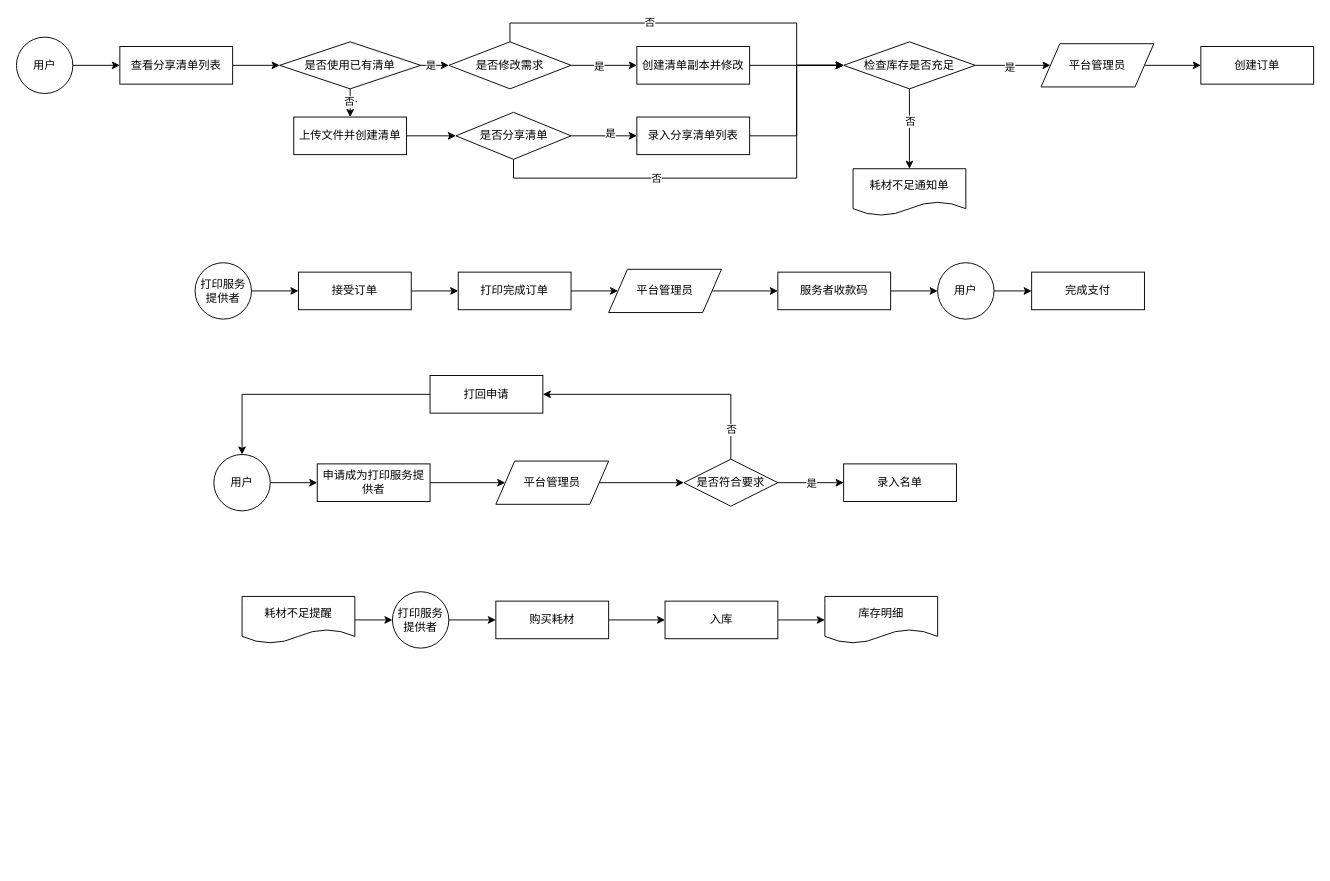
Before: 打印流程图.drawio in domexie/cjlu.ink.drawio, a draw.io diagram. Source tidied: cells renumbered, new cells numbered last; positions are measured from the earlier drawing's top-left corner, leaving out a move shared by most shapes. Both pictures are drawn from the tidied source at 94%, with x=0, y=0 at pixel (16, 23).
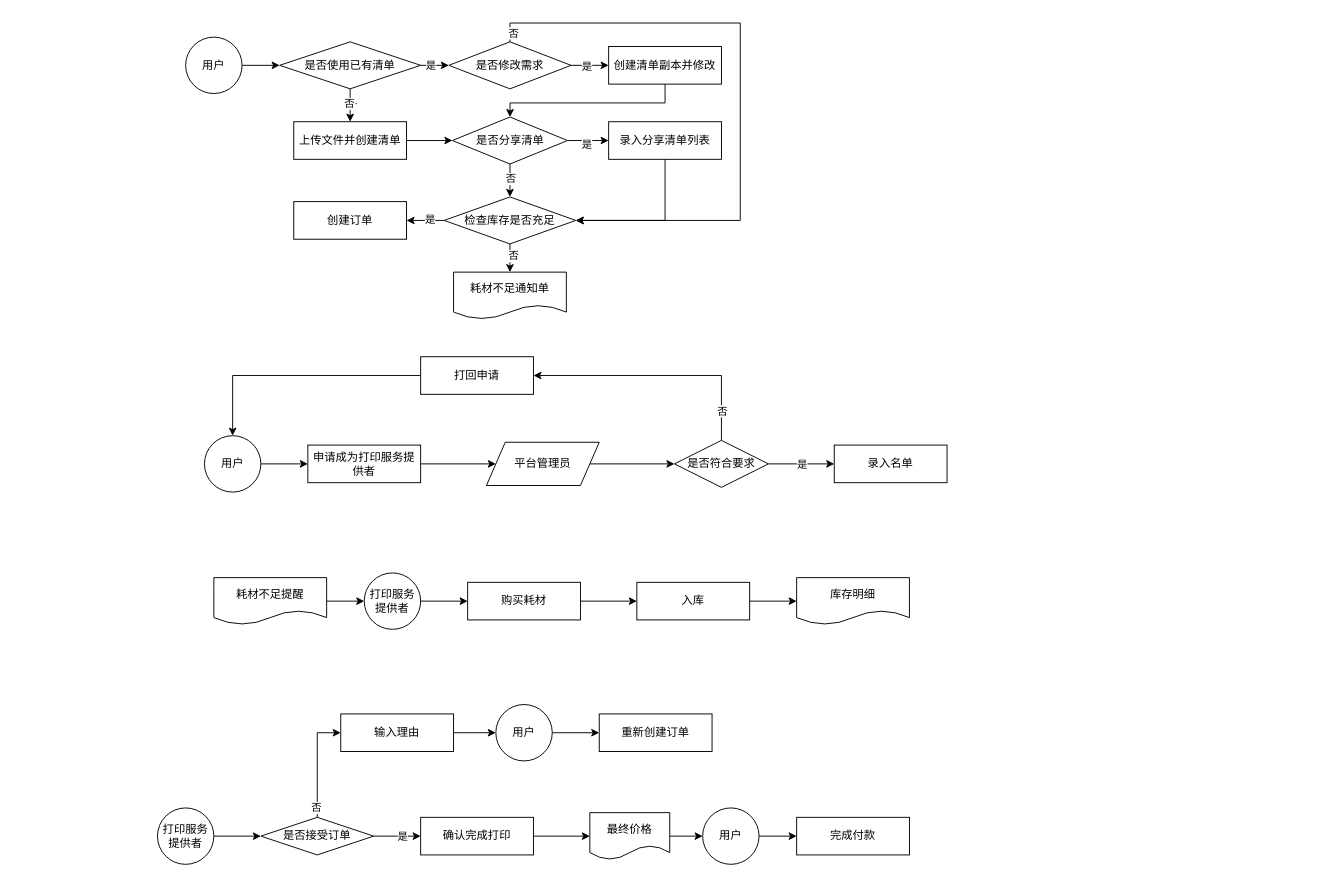
After the change.

Commit message:
更新打印流程图.drawio

Unchanged cells that the change refers to:
```xml
<mxCell id="10" value="是否使用已有清单" style="rhombus;whiteSpace=wrap;html=1;" parent="1" vertex="1">
  <mxGeometry x="280" y="20" width="150" height="50" as="geometry" />
</mxCell>
<mxCell id="17" value="是否修改需求" style="rhombus;whiteSpace=wrap;html=1;" parent="1" vertex="1">
  <mxGeometry x="460" y="20" width="130" height="50" as="geometry" />
</mxCell>
<mxCell id="20" style="edgeStyle=orthogonalEdgeStyle;rounded=0;jettySize=auto;html=1;exitX=0.5;exitY=1;exitDx=0;exitDy=0;entryX=0.5;entryY=0;entryDx=0;entryDy=0;" parent="1" edge="1" source="22" target="23">
  <mxGeometry relative="1" as="geometry" />
</mxCell>
<mxCell id="33" style="edgeStyle=orthogonalEdgeStyle;rounded=0;jettySize=auto;html=1;exitX=1;exitY=0.5;exitDx=0;exitDy=0;entryX=0;entryY=0.5;entryDx=0;entryDy=0;" parent="1" edge="1" source="34" target="38">
  <mxGeometry relative="1" as="geometry" />
</mxCell>
```

The edit, as a diff of the source:
```diff
@@
-    <mxCell id="2" style="edgeStyle=orthogonalEdgeStyle;rounded=0;jettySize=auto;html=1;exitX=1;exitY=0.5;exitDx=0;exitDy=0;entryX=0;entryY=0.5;entryDx=0;entryDy=0;" parent="1" edge="1" source="32" target="10">
-      <mxGeometry relative="1" as="geometry" />
-    </mxCell>
+    <mxCell id="72" style="edgeStyle=orthogonalEdgeStyle;rounded=0;jettySize=auto;html=1;exitX=1;exitY=0.5;exitDx=0;exitDy=0;entryX=0;entryY=0.5;entryDx=0;entryDy=0;" parent="1" edge="1" source="3" target="10">
+      <mxGeometry relative="1" as="geometry" />
+    </mxCell>
     <mxCell id="3" value="用户" style="ellipse;whiteSpace=wrap;html=1;" parent="1" vertex="1">
-      <mxGeometry y="15" width="60" height="60" as="geometry" />
+      <mxGeometry x="180" y="15" width="60" height="60" as="geometry" />
     </mxCell>
@@
     <mxCell id="5" value="上传文件并创建清单" style="rounded=0;whiteSpace=wrap;html=1;" parent="1" vertex="1">
-      <mxGeometry x="295" y="100" width="120" height="40" as="geometry" />
+      <mxGeometry x="295" y="105" width="120" height="40" as="geometry" />
     </mxCell>
@@
-    <mxCell id="11" style="edgeStyle=orthogonalEdgeStyle;rounded=0;jettySize=auto;html=1;exitX=1;exitY=0.5;exitDx=0;exitDy=0;entryX=0;entryY=0.5;entryDx=0;entryDy=0;" parent="1" edge="1" source="12" target="22">
-      <mxGeometry relative="1" as="geometry" />
-    </mxCell>
+    <mxCell id="73" style="edgeStyle=orthogonalEdgeStyle;rounded=0;jettySize=auto;html=1;exitX=0.5;exitY=1;exitDx=0;exitDy=0;entryX=0.5;entryY=0;entryDx=0;entryDy=0;" parent="1" edge="1" source="12" target="28">
+      <mxGeometry relative="1" as="geometry">
+        <Array as="points">
+          <mxPoint x="690" y="85" />
+          <mxPoint x="525" y="85" />
+        </Array>
+      </mxGeometry>
+    </mxCell>
     <mxCell id="12" value="创建清单副本并修改" style="rounded=0;whiteSpace=wrap;html=1;" parent="1" vertex="1">
-      <mxGeometry x="660" y="25" width="120" height="40" as="geometry" />
+      <mxGeometry x="630" y="25" width="120" height="40" as="geometry" />
     </mxCell>
@@
-    <mxCell id="15" style="edgeStyle=orthogonalEdgeStyle;rounded=0;jettySize=auto;html=1;exitX=0.5;exitY=0;exitDx=0;exitDy=0;entryX=0;entryY=0.5;entryDx=0;entryDy=0;" parent="1" edge="1" source="17" target="22">
+    <mxCell id="15" style="edgeStyle=orthogonalEdgeStyle;rounded=0;jettySize=auto;html=1;exitX=0.5;exitY=0;exitDx=0;exitDy=0;entryX=1;entryY=0.5;entryDx=0;entryDy=0;" parent="1" edge="1" source="17" target="22">
       <mxGeometry relative="1" as="geometry">
         <Array as="points">
           <mxPoint x="525" />
-          <mxPoint x="830" />
-          <mxPoint x="830" y="45" />
+          <mxPoint x="770" />
+          <mxPoint x="770" y="210" />
         </Array>
       </mxGeometry>
     </mxCell>
-    <mxCell id="16" value="否" style="edgeLabel;html=1;align=center;verticalAlign=middle;" parent="15" vertex="1">
-      <mxGeometry x="-0.2" y="1" relative="1" as="geometry" />
-    </mxCell>
+    <mxCell id="74" value="否" style="edgeLabel;html=1;align=center;verticalAlign=middle;" parent="15" vertex="1">
+      <mxGeometry x="-0.97" y="-3" relative="1" as="geometry" />
+    </mxCell>
@@
     <mxCell id="18" value="创建订单" style="rounded=0;whiteSpace=wrap;html=1;" parent="1" vertex="1">
-      <mxGeometry x="1260" y="25" width="120" height="40" as="geometry" />
+      <mxGeometry x="295" y="190" width="120" height="40" as="geometry" />
     </mxCell>
-    <mxCell id="19" style="edgeStyle=orthogonalEdgeStyle;rounded=0;jettySize=auto;html=1;exitX=1;exitY=0.5;exitDx=0;exitDy=0;entryX=0;entryY=0.5;entryDx=0;entryDy=0;" parent="1" edge="1" source="55" target="18">
-      <mxGeometry relative="1" as="geometry" />
-    </mxCell>
+    <mxCell id="75" style="edgeStyle=orthogonalEdgeStyle;rounded=0;jettySize=auto;html=1;exitX=0;exitY=0.5;exitDx=0;exitDy=0;entryX=1;entryY=0.5;entryDx=0;entryDy=0;" parent="1" edge="1" source="22" target="18">
+      <mxGeometry relative="1" as="geometry" />
+    </mxCell>
+    <mxCell id="76" value="是" style="edgeLabel;html=1;align=center;verticalAlign=middle;" parent="75" vertex="1">
+      <mxGeometry x="-0.2" y="-2" relative="1" as="geometry" />
+    </mxCell>
@@
-    <mxCell id="21" value="否" style="edgeLabel;html=1;align=center;verticalAlign=middle;" parent="20" vertex="1">
-      <mxGeometry x="-0.2" relative="1" as="geometry" />
-    </mxCell>
+    <mxCell id="77" value="否" style="edgeLabel;html=1;align=center;verticalAlign=middle;" parent="20" vertex="1">
+      <mxGeometry x="-0.22" y="3" relative="1" as="geometry" />
+    </mxCell>
     <mxCell id="22" value="检查库存是否充足" style="rhombus;whiteSpace=wrap;html=1;" parent="1" vertex="1">
-      <mxGeometry x="880" y="20" width="140" height="50" as="geometry" />
+      <mxGeometry x="455" y="185" width="140" height="50" as="geometry" />
     </mxCell>
     <mxCell id="23" value="耗材不足通知单" style="shape=document;whiteSpace=wrap;html=1;boundedLbl=1;" parent="1" vertex="1">
-      <mxGeometry x="890" y="155" width="120" height="50" as="geometry" />
+      <mxGeometry x="465" y="265" width="120" height="50" as="geometry" />
     </mxCell>
-    <mxCell id="24" style="edgeStyle=orthogonalEdgeStyle;rounded=0;jettySize=auto;html=1;exitX=1;exitY=0.5;exitDx=0;exitDy=0;entryX=0;entryY=0.5;entryDx=0;entryDy=0;" parent="1" edge="1" source="28" target="30">
+    <mxCell id="24" style="edgeStyle=orthogonalEdgeStyle;rounded=0;jettySize=auto;html=1;exitX=1;exitY=0.5;exitDx=0;exitDy=0;" parent="1" edge="1" source="28" target="30">
       <mxGeometry relative="1" as="geometry" />
     </mxCell>
-    <mxCell id="25" value="是" style="edgeLabel;html=1;align=center;verticalAlign=middle;" parent="24" vertex="1">
-      <mxGeometry x="0.18" y="3" relative="1" as="geometry" />
-    </mxCell>
+    <mxCell id="78" value="是" style="edgeLabel;html=1;align=center;verticalAlign=middle;" parent="24" vertex="1">
+      <mxGeometry x="-0.09" y="-3" relative="1" as="geometry" />
+    </mxCell>
-    <mxCell id="26" style="edgeStyle=orthogonalEdgeStyle;rounded=0;jettySize=auto;html=1;exitX=0.5;exitY=1;exitDx=0;exitDy=0;entryX=0;entryY=0.5;entryDx=0;entryDy=0;" parent="1" edge="1" source="28" target="22">
-      <mxGeometry relative="1" as="geometry">
-        <Array as="points">
-          <mxPoint x="529" y="165" />
-          <mxPoint x="830" y="165" />
-          <mxPoint x="830" y="45" />
-        </Array>
-      </mxGeometry>
+    <mxCell id="26" style="edgeStyle=orthogonalEdgeStyle;rounded=0;jettySize=auto;html=1;exitX=0.5;exitY=1;exitDx=0;exitDy=0;entryX=0.5;entryY=0;entryDx=0;entryDy=0;" parent="1" edge="1" source="28" target="22">
+      <mxGeometry relative="1" as="geometry" />
     </mxCell>
-    <mxCell id="27" value="否" style="edgeLabel;html=1;align=center;verticalAlign=middle;" parent="26" vertex="1">
-      <mxGeometry x="-0.3" relative="1" as="geometry" />
-    </mxCell>
+    <mxCell id="79" value="否" style="edgeLabel;html=1;align=center;verticalAlign=middle;" parent="26" vertex="1">
+      <mxGeometry x="-0.11" relative="1" as="geometry" />
+    </mxCell>
     <mxCell id="28" value="是否分享清单" style="rhombus;whiteSpace=wrap;html=1;" parent="1" vertex="1">
-      <mxGeometry x="467.5" y="95" width="122.5" height="50" as="geometry" />
+      <mxGeometry x="463.8" y="100" width="122.5" height="50" as="geometry" />
     </mxCell>
-    <mxCell id="29" style="edgeStyle=orthogonalEdgeStyle;rounded=0;jettySize=auto;html=1;exitX=1;exitY=0.5;exitDx=0;exitDy=0;entryX=0;entryY=0.5;entryDx=0;entryDy=0;" parent="1" edge="1" source="30" target="22">
-      <mxGeometry relative="1" as="geometry" />
+    <mxCell id="29" style="edgeStyle=orthogonalEdgeStyle;rounded=0;jettySize=auto;html=1;exitX=1;exitY=0.5;exitDx=0;exitDy=0;entryX=1;entryY=0.5;entryDx=0;entryDy=0;" parent="1" edge="1" source="30" target="22">
+      <mxGeometry relative="1" as="geometry">
+        <Array as="points">
+          <mxPoint x="690" y="125" />
+          <mxPoint x="690" y="210" />
+        </Array>
+      </mxGeometry>
     </mxCell>
     <mxCell id="30" value="录入分享清单列表" style="rounded=0;whiteSpace=wrap;html=1;" parent="1" vertex="1">
-      <mxGeometry x="660" y="100" width="120" height="40" as="geometry" />
+      <mxGeometry x="630" y="105" width="120" height="40" as="geometry" />
     </mxCell>
-    <mxCell id="31" style="edgeStyle=orthogonalEdgeStyle;rounded=0;jettySize=auto;html=1;exitX=1;exitY=0.5;exitDx=0;exitDy=0;entryX=0;entryY=0.5;entryDx=0;entryDy=0;" parent="1" edge="1" source="3" target="32">
-      <mxGeometry relative="1" as="geometry" />
-    </mxCell>
-    <mxCell id="32" value="查看分享清单列表" style="rounded=0;whiteSpace=wrap;html=1;" parent="1" vertex="1">
-      <mxGeometry x="110" y="25" width="120" height="40" as="geometry" />
-    </mxCell>
@@
+    <mxCell id="80" value="是" style="edgeLabel;html=1;align=center;verticalAlign=middle;" parent="33" vertex="1">
+      <mxGeometry x="0.15" relative="1" as="geometry">
+        <mxPoint x="1" as="offset" />
+      </mxGeometry>
+    </mxCell>
+    <mxCell id="81" style="edgeStyle=orthogonalEdgeStyle;rounded=0;jettySize=auto;html=1;exitX=0.5;exitY=0;exitDx=0;exitDy=0;entryX=0;entryY=0.5;entryDx=0;entryDy=0;" parent="1" edge="1" source="34" target="85">
+      <mxGeometry relative="1" as="geometry" />
+    </mxCell>
+    <mxCell id="82" value="否" style="edgeLabel;html=1;align=center;verticalAlign=middle;" parent="81" vertex="1">
+      <mxGeometry x="-0.8" y="2" relative="1" as="geometry" />
+    </mxCell>
-    <mxCell id="34" value="接受订单" style="rounded=0;whiteSpace=wrap;html=1;" parent="1" vertex="1">
-      <mxGeometry x="300" y="265" width="120" height="40" as="geometry" />
+    <mxCell id="34" value="是否接受订单" style="rounded=0;whiteSpace=wrap;html=1;shape=rhombus;perimeter=rhombusPerimeter;" parent="1" vertex="1">
+      <mxGeometry x="260" y="845" width="120" height="40" as="geometry" />
     </mxCell>
@@
     <mxCell id="36" value="打印服务提供者" style="ellipse;whiteSpace=wrap;html=1;" parent="1" vertex="1">
-      <mxGeometry x="190" y="255" width="60" height="60" as="geometry" />
+      <mxGeometry x="150" y="835" width="60" height="60" as="geometry" />
     </mxCell>
-    <mxCell id="37" style="edgeStyle=orthogonalEdgeStyle;rounded=0;jettySize=auto;html=1;exitX=1;exitY=0.5;exitDx=0;exitDy=0;entryX=0;entryY=0.5;entryDx=0;entryDy=0;" parent="1" edge="1" source="38" target="52">
-      <mxGeometry relative="1" as="geometry" />
-    </mxCell>
+    <mxCell id="83" style="edgeStyle=orthogonalEdgeStyle;rounded=0;jettySize=auto;html=1;exitX=1;exitY=0.5;exitDx=0;exitDy=0;entryX=0;entryY=0.5;entryDx=0;entryDy=0;" parent="1" edge="1" source="90" target="70">
+      <mxGeometry relative="1" as="geometry" />
+    </mxCell>
-    <mxCell id="38" value="打印完成订单" style="rounded=0;whiteSpace=wrap;html=1;" parent="1" vertex="1">
-      <mxGeometry x="470" y="265" width="120" height="40" as="geometry" />
+    <mxCell id="38" value="确认完成打印" style="rounded=0;whiteSpace=wrap;html=1;" parent="1" vertex="1">
+      <mxGeometry x="430" y="845" width="120" height="40" as="geometry" />
     </mxCell>
@@
     <mxCell id="40" value="用户" style="ellipse;whiteSpace=wrap;html=1;" parent="1" vertex="1">
-      <mxGeometry x="210" y="459" width="60" height="60" as="geometry" />
+      <mxGeometry x="200" y="439" width="60" height="60" as="geometry" />
     </mxCell>
@@
     <mxCell id="42" value="申请成为打印服务提供者" style="rounded=0;whiteSpace=wrap;html=1;" parent="1" vertex="1">
-      <mxGeometry x="320" y="469" width="120" height="40" as="geometry" />
+      <mxGeometry x="310" y="449" width="120" height="40" as="geometry" />
     </mxCell>
@@
     <mxCell id="44" value="平台管理员" style="shape=parallelogram;perimeter=parallelogramPerimeter;whiteSpace=wrap;html=1;fixedSize=1;" parent="1" vertex="1">
-      <mxGeometry x="510" y="466" width="120" height="46" as="geometry" />
+      <mxGeometry x="500" y="446" width="120" height="46" as="geometry" />
     </mxCell>
     <mxCell id="45" style="edgeStyle=orthogonalEdgeStyle;rounded=0;jettySize=auto;html=1;exitX=1;exitY=0.5;exitDx=0;exitDy=0;entryX=0;entryY=0.5;entryDx=0;entryDy=0;" parent="1" edge="1" source="49" target="50">
       <mxGeometry relative="1" as="geometry">
         <Array as="points">
-          <mxPoint x="840" y="489" />
-          <mxPoint x="840" y="489" />
+          <mxPoint x="830" y="469" />
+          <mxPoint x="830" y="469" />
         </Array>
       </mxGeometry>
     </mxCell>
@@
     <mxCell id="49" value="是否符合要求" style="rhombus;whiteSpace=wrap;html=1;" parent="1" vertex="1">
-      <mxGeometry x="710" y="464" width="100" height="50" as="geometry" />
+      <mxGeometry x="700" y="444" width="100" height="50" as="geometry" />
     </mxCell>
     <mxCell id="50" value="录入名单" style="rounded=0;whiteSpace=wrap;html=1;" parent="1" vertex="1">
-      <mxGeometry x="880" y="469" width="120" height="40" as="geometry" />
+      <mxGeometry x="870" y="449" width="120" height="40" as="geometry" />
     </mxCell>
-    <mxCell id="51" style="edgeStyle=orthogonalEdgeStyle;rounded=0;jettySize=auto;html=1;exitX=1;exitY=0.5;exitDx=0;exitDy=0;" parent="1" edge="1" source="52" target="68">
-      <mxGeometry relative="1" as="geometry" />
-    </mxCell>
-    <mxCell id="52" value="平台管理员" style="shape=parallelogram;perimeter=parallelogramPerimeter;whiteSpace=wrap;html=1;fixedSize=1;" parent="1" vertex="1">
-      <mxGeometry x="630" y="262" width="120" height="46" as="geometry" />
-    </mxCell>
-    <mxCell id="53" style="edgeStyle=orthogonalEdgeStyle;rounded=0;jettySize=auto;html=1;exitX=1;exitY=0.5;exitDx=0;exitDy=0;entryX=0;entryY=0.5;entryDx=0;entryDy=0;" parent="1" edge="1" source="22" target="55">
-      <mxGeometry relative="1" as="geometry" />
-    </mxCell>
-    <mxCell id="54" value="是" style="edgeLabel;html=1;align=center;verticalAlign=middle;" parent="53" vertex="1">
-      <mxGeometry x="-0.09" y="-1" relative="1" as="geometry" />
-    </mxCell>
-    <mxCell id="55" value="平台管理员" style="shape=parallelogram;perimeter=parallelogramPerimeter;whiteSpace=wrap;html=1;fixedSize=1;" parent="1" vertex="1">
-      <mxGeometry x="1090" y="22" width="120" height="46" as="geometry" />
-    </mxCell>
@@
     <mxCell id="57" value="打回申请" style="rounded=0;whiteSpace=wrap;html=1;" parent="1" vertex="1">
-      <mxGeometry x="440" y="375" width="120" height="40" as="geometry" />
+      <mxGeometry x="430" y="355" width="120" height="40" as="geometry" />
     </mxCell>
@@
     <mxCell id="59" value="打印服务提供者" style="ellipse;whiteSpace=wrap;html=1;" parent="1" vertex="1">
-      <mxGeometry x="400" y="605" width="60" height="60" as="geometry" />
+      <mxGeometry x="370" y="585" width="60" height="60" as="geometry" />
     </mxCell>
@@
     <mxCell id="61" value="耗材不足提醒" style="shape=document;whiteSpace=wrap;html=1;boundedLbl=1;" parent="1" vertex="1">
-      <mxGeometry x="240" y="610" width="120" height="50" as="geometry" />
+      <mxGeometry x="210" y="590" width="120" height="50" as="geometry" />
     </mxCell>
@@
     <mxCell id="63" value="购买耗材" style="rounded=0;whiteSpace=wrap;html=1;" parent="1" vertex="1">
-      <mxGeometry x="510" y="615" width="120" height="40" as="geometry" />
+      <mxGeometry x="480" y="595" width="120" height="40" as="geometry" />
     </mxCell>
@@
     <mxCell id="65" value="入库" style="rounded=0;whiteSpace=wrap;html=1;" parent="1" vertex="1">
-      <mxGeometry x="690" y="615" width="120" height="40" as="geometry" />
+      <mxGeometry x="660" y="595" width="120" height="40" as="geometry" />
     </mxCell>
     <mxCell id="66" value="库存明细" style="shape=document;whiteSpace=wrap;html=1;boundedLbl=1;" parent="1" vertex="1">
-      <mxGeometry x="860" y="610" width="120" height="50" as="geometry" />
+      <mxGeometry x="830" y="590" width="120" height="50" as="geometry" />
     </mxCell>
-    <mxCell id="67" style="edgeStyle=orthogonalEdgeStyle;rounded=0;jettySize=auto;html=1;exitX=1;exitY=0.5;exitDx=0;exitDy=0;entryX=0;entryY=0.5;entryDx=0;entryDy=0;" parent="1" edge="1" source="68" target="70">
-      <mxGeometry relative="1" as="geometry" />
-    </mxCell>
-    <mxCell id="68" value="服务者收款码" style="rounded=0;whiteSpace=wrap;html=1;" parent="1" vertex="1">
-      <mxGeometry x="810" y="265" width="120" height="40" as="geometry" />
-    </mxCell>
@@
     <mxCell id="70" value="用户" style="ellipse;whiteSpace=wrap;html=1;" parent="1" vertex="1">
-      <mxGeometry x="980" y="255" width="60" height="60" as="geometry" />
+      <mxGeometry x="730" y="835" width="60" height="60" as="geometry" />
     </mxCell>
-    <mxCell id="71" value="完成支付" style="rounded=0;whiteSpace=wrap;html=1;" parent="1" vertex="1">
-      <mxGeometry x="1080" y="265" width="120" height="40" as="geometry" />
+    <mxCell id="71" value="完成付款" style="rounded=0;whiteSpace=wrap;html=1;" parent="1" vertex="1">
+      <mxGeometry x="830" y="845" width="120" height="40" as="geometry" />
     </mxCell>
+    <mxCell id="84" style="edgeStyle=orthogonalEdgeStyle;rounded=0;jettySize=auto;html=1;exitX=1;exitY=0.5;exitDx=0;exitDy=0;entryX=0;entryY=0.5;entryDx=0;entryDy=0;" parent="1" edge="1" source="85" target="87">
+      <mxGeometry relative="1" as="geometry" />
+    </mxCell>
+    <mxCell id="85" value="输入理由" style="rounded=0;whiteSpace=wrap;html=1;" parent="1" vertex="1">
+      <mxGeometry x="345" y="735" width="120" height="40" as="geometry" />
+    </mxCell>
+    <mxCell id="86" style="edgeStyle=orthogonalEdgeStyle;rounded=0;jettySize=auto;html=1;exitX=1;exitY=0.5;exitDx=0;exitDy=0;entryX=0;entryY=0.5;entryDx=0;entryDy=0;" parent="1" edge="1" source="87" target="88">
+      <mxGeometry relative="1" as="geometry" />
+    </mxCell>
+    <mxCell id="87" value="用户" style="ellipse;whiteSpace=wrap;html=1;" parent="1" vertex="1">
+      <mxGeometry x="510" y="725" width="60" height="60" as="geometry" />
+    </mxCell>
+    <mxCell id="88" value="重新创建订单" style="rounded=0;whiteSpace=wrap;html=1;" parent="1" vertex="1">
+      <mxGeometry x="620" y="735" width="120" height="40" as="geometry" />
+    </mxCell>
+    <mxCell id="89" style="edgeStyle=orthogonalEdgeStyle;rounded=0;jettySize=auto;html=1;exitX=1;exitY=0.5;exitDx=0;exitDy=0;entryX=0;entryY=0.5;entryDx=0;entryDy=0;" parent="1" edge="1" source="38" target="90">
+      <mxGeometry relative="1" as="geometry" />
+    </mxCell>
+    <mxCell id="90" value="最终价格" style="shape=document;whiteSpace=wrap;html=1;boundedLbl=1;" parent="1" vertex="1">
+      <mxGeometry x="610" y="840" width="85" height="50" as="geometry" />
+    </mxCell>
```
